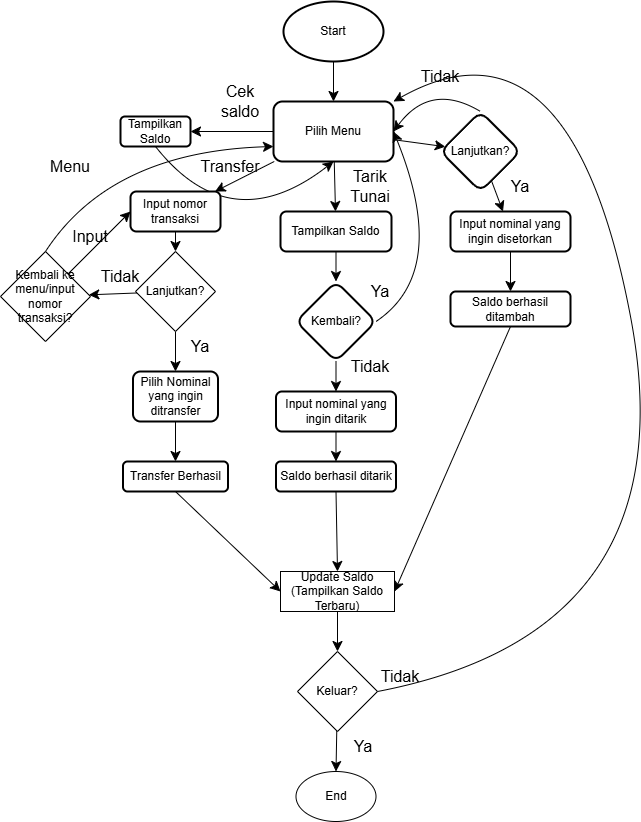
Before: Flowchart ATM.drawio.png, a diagram exported from draw.io (intiboemi/Flowchart). Source tidied: cells renumbered, new cells last; positions are measured from the earlier drawing's top-left corner, leaving out a move shared by most shapes.
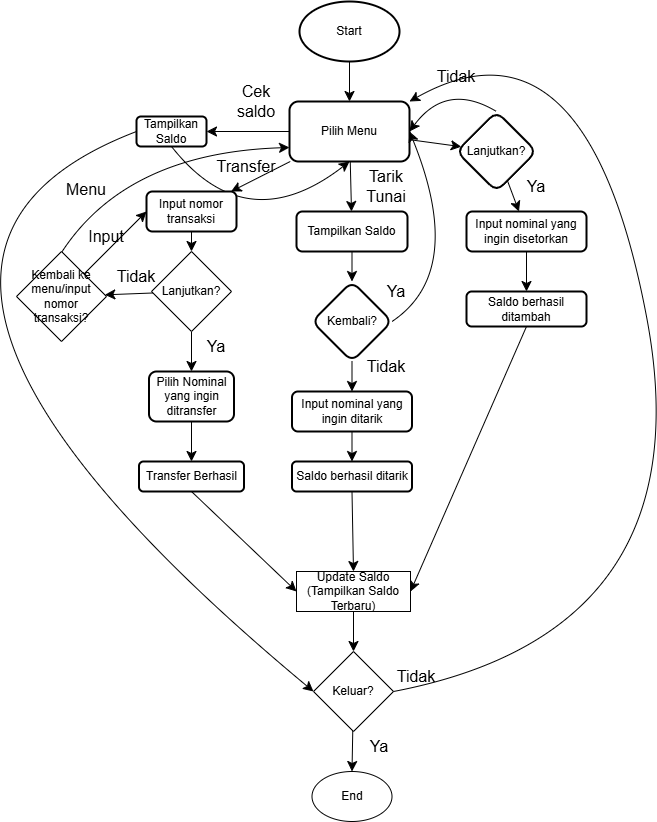
The same file after the commit.

Diff of the diagram source:
```diff
@@ -30,6 +30,13 @@
         </Array>
       </mxGeometry>
     </mxCell>
+    <mxCell id="58" style="edgeStyle=none;curved=1;rounded=0;jettySize=auto;html=1;exitX=0;exitY=0.5;exitDx=0;exitDy=0;entryX=0;entryY=0.5;entryDx=0;entryDy=0;fontSize=12;startSize=8;endSize=8;" parent="1" edge="1" source="10" target="54">
+      <mxGeometry relative="1" as="geometry">
+        <Array as="points">
+          <mxPoint x="-220" y="260" />
+        </Array>
+      </mxGeometry>
+    </mxCell>
     <mxCell id="10" value="Tampilkan Saldo" style="whiteSpace=wrap;html=1;rounded=1;strokeWidth=2;" parent="1" vertex="1">
       <mxGeometry x="120" y="115" width="70" height="30" as="geometry" />
     </mxCell>
@@ -60,10 +67,12 @@
     <mxCell id="19" value="Ya" style="text;html=1;whiteSpace=wrap;strokeColor=none;fillColor=none;align=center;verticalAlign=middle;rounded=0;fontSize=16;" parent="1" vertex="1">
       <mxGeometry x="170" y="330" width="60" height="30" as="geometry" />
     </mxCell>
-    <mxCell id="20" style="edgeStyle=none;curved=1;rounded=0;jettySize=auto;html=1;exitX=0.5;exitY=0;exitDx=0;exitDy=0;entryX=0;entryY=0.75;entryDx=0;entryDy=0;fontSize=12;startSize=8;endSize=8;" parent="1" edge="1" source="22" target="8">
+    <mxCell id="20" style="edgeStyle=none;curved=1;rounded=0;orthogonalLoop=1;jettySize=auto;html=1;exitX=0.5;exitY=0;exitDx=0;exitDy=0;entryX=0;entryY=0.75;entryDx=0;entryDy=0;fontSize=12;startSize=8;endSize=8;" parent="1" edge="1">
       <mxGeometry relative="1" as="geometry">
+        <mxPoint x="45" y="251" as="sourcePoint" />
+        <mxPoint x="273" y="146" as="targetPoint" />
         <Array as="points">
-          <mxPoint x="110" y="150" />
+          <mxPoint x="110" y="151" />
         </Array>
       </mxGeometry>
     </mxCell>
@@ -74,7 +83,7 @@
       <mxGeometry y="250" width="90" height="90" as="geometry" />
     </mxCell>
     <mxCell id="23" value="Menu" style="text;html=1;whiteSpace=wrap;strokeColor=none;fillColor=none;align=center;verticalAlign=middle;rounded=0;fontSize=16;" parent="1" vertex="1">
-      <mxGeometry x="40" y="150" width="60" height="30" as="geometry" />
+      <mxGeometry x="40" y="173" width="60" height="30" as="geometry" />
     </mxCell>
     <mxCell id="24" value="Input" style="text;html=1;whiteSpace=wrap;strokeColor=none;fillColor=none;align=center;verticalAlign=middle;rounded=0;fontSize=16;" parent="1" vertex="1">
       <mxGeometry x="60" y="220" width="60" height="30" as="geometry" />
```
